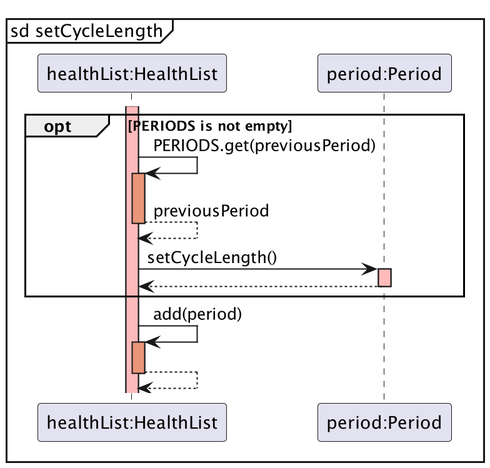
Before: docs/img/sequence_diagrams/set_Cycle_Length.png, a diagram exported from PlantUML (rouvinerh/tp). Its source is kept beside it as docs/puml/sequence_diagrams/set_Cycle_Length.puml. The source it was exported from:
```plantuml
@startuml

mainframe sd setCycleLength
participant "healthList:HealthList" as HealthList
participant "period:Period" as Period

activate HealthList #FFBBBB

opt PERIODS is not empty

HealthList -> HealthList: PERIODS.get(previousPeriod)
activate HealthList #DarkSalmon
HealthList --> HealthList: previousPeriod
deactivate HealthList #FFBBBB


HealthList -> Period: setCycleLength()
activate Period #FFBBBB
Period --> HealthList:
deactivate Period #FFBBBB

end

HealthList -> HealthList: add(period)
activate HealthList #DarkSalmon
HealthList --> HealthList:
deactivate HealthList #DarkSalmon

@enduml
```
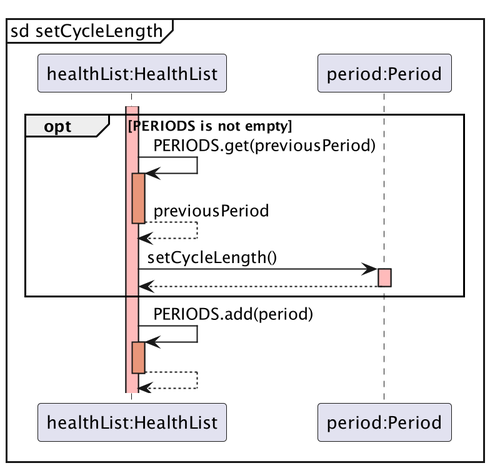
After the change.

Commit message:
Update sequence diagrams for Bmi and Period

Change to the diagram source:
```diff
@@ -6,7 +6,7 @@
 
 activate HealthList #FFBBBB
 
-opt PERIODS is not empty
+opt  PERIODS is not empty
 
 HealthList -> HealthList: PERIODS.get(previousPeriod)
 activate HealthList #DarkSalmon
@@ -21,7 +21,7 @@
 
 end
 
-HealthList -> HealthList: add(period)
+HealthList -> HealthList: PERIODS.add(period)
 activate HealthList #DarkSalmon
 HealthList --> HealthList:
 deactivate HealthList #DarkSalmon
```
